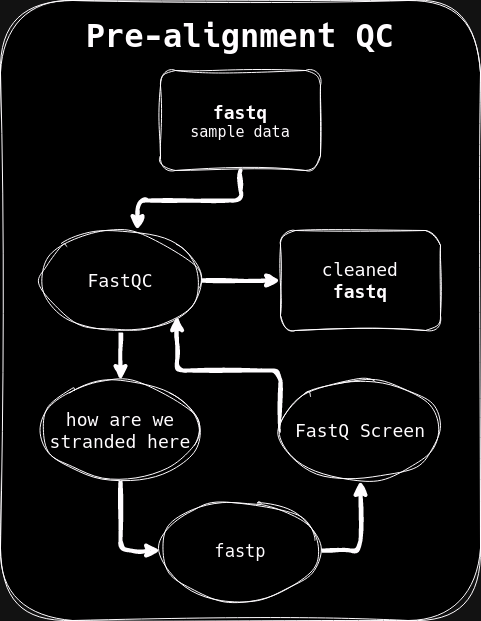
Earlier version of the draw.io export pre_align_qc.png (synanth/draw_io). Source tidied: cells renumbered, new cells last; positions are measured from the earlier drawing's top-left corner, leaving out a move shared by most shapes.
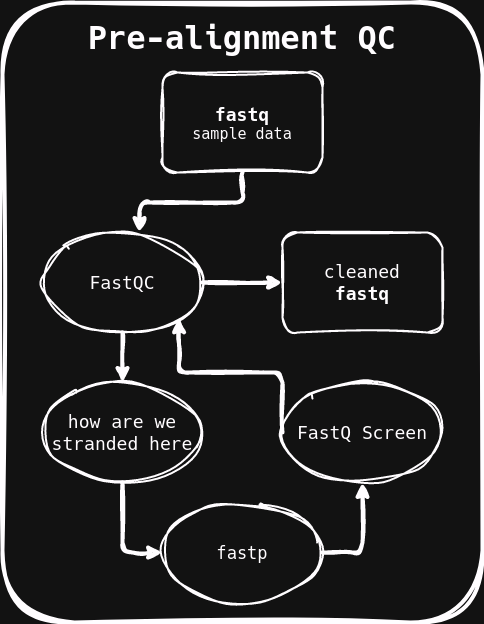
After the change.

What changed in the source:
```diff
@@ -2,10 +2,10 @@
   <root>
     <mxCell id="0" />
     <mxCell id="1" parent="0" />
-    <mxCell id="2" style="rounded=1;whiteSpace=wrap;html=1;sketch=1;hachureGap=4;jiggle=2;curveFitting=1;fontFamily=Architects Daughter;fontSource=https%3A%2F%2Ffonts.googleapis.com%2Fcss%3Ffamily%3DArchitects%2BDaughter;labelPosition=center;verticalLabelPosition=top;align=center;verticalAlign=top;" parent="1" vertex="1">
+    <mxCell id="2" style="rounded=1;whiteSpace=wrap;html=1;sketch=1;hachureGap=4;jiggle=2;curveFitting=1;fontFamily=Architects Daughter;fontSource=https%3A%2F%2Ffonts.googleapis.com%2Fcss%3Ffamily%3DArchitects%2BDaughter;labelPosition=center;verticalLabelPosition=top;align=center;verticalAlign=top;fillColor=none;strokeWidth=4;" parent="1" vertex="1">
       <mxGeometry width="480" height="620" as="geometry" />
     </mxCell>
-    <mxCell id="3" value="&lt;p style=&quot;line-height: 0%;&quot;&gt;&lt;/p&gt;&lt;h2 style=&quot;line-height: 30%;&quot;&gt;&lt;font face=&quot;hack&quot;&gt;fastq&lt;/font&gt;&lt;/h2&gt;&lt;div style=&quot;line-height: 30%; font-size: 15px;&quot;&gt;sample data&lt;br&gt;&lt;/div&gt;&lt;p&gt;&lt;/p&gt;" style="rounded=1;whiteSpace=wrap;html=1;sketch=1;curveFitting=1;jiggle=2;" parent="1" vertex="1">
+    <mxCell id="3" value="&lt;p style=&quot;line-height: 0%;&quot;&gt;&lt;/p&gt;&lt;h2 style=&quot;line-height: 30%;&quot;&gt;&lt;font face=&quot;hack&quot;&gt;fastq&lt;/font&gt;&lt;/h2&gt;&lt;div style=&quot;line-height: 30%; font-size: 15px;&quot;&gt;sample data&lt;br&gt;&lt;/div&gt;&lt;p&gt;&lt;/p&gt;" style="rounded=1;whiteSpace=wrap;html=1;sketch=1;curveFitting=1;jiggle=2;fillColor=none;strokeWidth=2;" parent="1" vertex="1">
       <mxGeometry x="160" y="70" width="160" height="100" as="geometry" />
     </mxCell>
     <mxCell id="4" style="edgeStyle=orthogonalEdgeStyle;rounded=1;sketch=1;hachureGap=4;jiggle=2;curveFitting=1;jettySize=auto;html=1;exitX=0.5;exitY=1;exitDx=0;exitDy=0;entryX=0.5;entryY=0;entryDx=0;entryDy=0;fontFamily=Architects Daughter;fontSource=https%3A%2F%2Ffonts.googleapis.com%2Fcss%3Ffamily%3DArchitects%2BDaughter;strokeWidth=4;" parent="1" edge="1" source="6" target="13">
@@ -14,13 +14,13 @@
     <mxCell id="5" style="edgeStyle=orthogonalEdgeStyle;rounded=1;sketch=1;hachureGap=4;jiggle=2;curveFitting=1;jettySize=auto;html=1;fontFamily=Architects Daughter;fontSource=https%3A%2F%2Ffonts.googleapis.com%2Fcss%3Ffamily%3DArchitects%2BDaughter;strokeWidth=4;" parent="1" edge="1" source="6" target="11">
       <mxGeometry relative="1" as="geometry" />
     </mxCell>
-    <mxCell id="6" value="&lt;h2&gt;&lt;font face=&quot;hack&quot;&gt;&lt;span style=&quot;font-weight: normal;&quot;&gt;FastQC&lt;/span&gt;&lt;/font&gt;&lt;/h2&gt;" style="ellipse;whiteSpace=wrap;html=1;rounded=1;sketch=1;hachureGap=4;jiggle=2;curveFitting=1;fontFamily=Architects Daughter;fontSource=https%3A%2F%2Ffonts.googleapis.com%2Fcss%3Ffamily%3DArchitects%2BDaughter;" parent="1" vertex="1">
+    <mxCell id="6" value="&lt;h2&gt;&lt;font face=&quot;hack&quot;&gt;&lt;span style=&quot;font-weight: normal;&quot;&gt;FastQC&lt;/span&gt;&lt;/font&gt;&lt;/h2&gt;" style="ellipse;whiteSpace=wrap;html=1;rounded=1;sketch=1;hachureGap=4;jiggle=2;curveFitting=1;fontFamily=Architects Daughter;fontSource=https%3A%2F%2Ffonts.googleapis.com%2Fcss%3Ffamily%3DArchitects%2BDaughter;strokeWidth=2;fillColor=none;" parent="1" vertex="1">
       <mxGeometry x="40" y="230" width="160" height="100" as="geometry" />
     </mxCell>
     <mxCell id="7" style="edgeStyle=orthogonalEdgeStyle;rounded=1;sketch=1;hachureGap=4;jiggle=2;curveFitting=1;jettySize=auto;html=1;fontFamily=Architects Daughter;fontSource=https%3A%2F%2Ffonts.googleapis.com%2Fcss%3Ffamily%3DArchitects%2BDaughter;entryX=0.5;entryY=1;entryDx=0;entryDy=0;exitX=1;exitY=0.5;exitDx=0;exitDy=0;strokeWidth=4;" parent="1" edge="1" source="8" target="10">
       <mxGeometry relative="1" as="geometry" />
     </mxCell>
-    <mxCell id="8" value="&lt;font style=&quot;font-size: 17px;&quot; face=&quot;hack&quot;&gt;fastp&lt;/font&gt;" style="ellipse;whiteSpace=wrap;html=1;rounded=1;sketch=1;hachureGap=4;jiggle=2;curveFitting=1;fontFamily=Architects Daughter;fontSource=https%3A%2F%2Ffonts.googleapis.com%2Fcss%3Ffamily%3DArchitects%2BDaughter;" parent="1" vertex="1">
+    <mxCell id="8" value="&lt;font style=&quot;font-size: 17px;&quot; face=&quot;hack&quot;&gt;fastp&lt;/font&gt;" style="ellipse;whiteSpace=wrap;html=1;rounded=1;sketch=1;hachureGap=4;jiggle=2;curveFitting=1;fontFamily=Architects Daughter;fontSource=https%3A%2F%2Ffonts.googleapis.com%2Fcss%3Ffamily%3DArchitects%2BDaughter;strokeWidth=2;fillColor=none;" parent="1" vertex="1">
       <mxGeometry x="160" y="500" width="160" height="100" as="geometry" />
     </mxCell>
     <mxCell id="9" style="edgeStyle=orthogonalEdgeStyle;rounded=1;sketch=1;hachureGap=4;jiggle=2;curveFitting=1;jettySize=auto;html=1;exitX=0;exitY=0.5;exitDx=0;exitDy=0;entryX=1;entryY=1;entryDx=0;entryDy=0;fontFamily=Architects Daughter;fontSource=https%3A%2F%2Ffonts.googleapis.com%2Fcss%3Ffamily%3DArchitects%2BDaughter;strokeWidth=4;" parent="1" edge="1" source="10" target="6">
@@ -31,16 +31,16 @@
         </Array>
       </mxGeometry>
     </mxCell>
-    <mxCell id="10" value="&lt;font style=&quot;font-size: 18px;&quot; face=&quot;hack&quot;&gt;FastQ Screen&lt;/font&gt;" style="ellipse;whiteSpace=wrap;html=1;rounded=1;sketch=1;hachureGap=4;jiggle=2;curveFitting=1;fontFamily=Architects Daughter;fontSource=https%3A%2F%2Ffonts.googleapis.com%2Fcss%3Ffamily%3DArchitects%2BDaughter;" parent="1" vertex="1">
+    <mxCell id="10" value="&lt;font style=&quot;font-size: 18px;&quot; face=&quot;hack&quot;&gt;FastQ Screen&lt;/font&gt;" style="ellipse;whiteSpace=wrap;html=1;rounded=1;sketch=1;hachureGap=4;jiggle=2;curveFitting=1;fontFamily=Architects Daughter;fontSource=https%3A%2F%2Ffonts.googleapis.com%2Fcss%3Ffamily%3DArchitects%2BDaughter;strokeWidth=2;fillColor=none;" parent="1" vertex="1">
       <mxGeometry x="280" y="380" width="160" height="100" as="geometry" />
     </mxCell>
-    <mxCell id="11" value="&lt;div&gt;&lt;font style=&quot;font-size: 18px;&quot;&gt;&lt;font face=&quot;hack&quot;&gt;cleaned&lt;/font&gt;&lt;/font&gt;&lt;/div&gt;&lt;div&gt;&lt;font style=&quot;font-size: 18px;&quot;&gt;&lt;font face=&quot;hack&quot;&gt;&lt;b&gt;fastq&lt;/b&gt;&lt;/font&gt;&lt;/font&gt;&lt;/div&gt;" style="rounded=1;whiteSpace=wrap;html=1;sketch=1;hachureGap=4;jiggle=2;curveFitting=1;fontFamily=Architects Daughter;fontSource=https%3A%2F%2Ffonts.googleapis.com%2Fcss%3Ffamily%3DArchitects%2BDaughter;" parent="1" vertex="1">
+    <mxCell id="11" value="&lt;div&gt;&lt;font style=&quot;font-size: 18px;&quot;&gt;&lt;font face=&quot;hack&quot;&gt;cleaned&lt;/font&gt;&lt;/font&gt;&lt;/div&gt;&lt;div&gt;&lt;font style=&quot;font-size: 18px;&quot;&gt;&lt;font face=&quot;hack&quot;&gt;&lt;b&gt;fastq&lt;/b&gt;&lt;/font&gt;&lt;/font&gt;&lt;/div&gt;" style="rounded=1;whiteSpace=wrap;html=1;sketch=1;hachureGap=4;jiggle=2;curveFitting=1;fontFamily=Architects Daughter;fontSource=https%3A%2F%2Ffonts.googleapis.com%2Fcss%3Ffamily%3DArchitects%2BDaughter;strokeWidth=2;fillColor=none;" parent="1" vertex="1">
       <mxGeometry x="280" y="230" width="160" height="100" as="geometry" />
     </mxCell>
     <mxCell id="12" style="edgeStyle=orthogonalEdgeStyle;rounded=1;sketch=1;hachureGap=4;jiggle=2;curveFitting=1;jettySize=auto;html=1;entryX=0;entryY=0.5;entryDx=0;entryDy=0;fontFamily=Architects Daughter;fontSource=https%3A%2F%2Ffonts.googleapis.com%2Fcss%3Ffamily%3DArchitects%2BDaughter;strokeWidth=4;" parent="1" edge="1" source="13" target="8">
       <mxGeometry relative="1" as="geometry" />
     </mxCell>
-    <mxCell id="13" value="&lt;font style=&quot;font-size: 18px;&quot; face=&quot;hack&quot;&gt;how are we stranded here&lt;/font&gt;" style="ellipse;whiteSpace=wrap;html=1;rounded=1;sketch=1;hachureGap=4;jiggle=2;curveFitting=1;fontFamily=Architects Daughter;fontSource=https%3A%2F%2Ffonts.googleapis.com%2Fcss%3Ffamily%3DArchitects%2BDaughter;" parent="1" vertex="1">
+    <mxCell id="13" value="&lt;font style=&quot;font-size: 18px;&quot; face=&quot;hack&quot;&gt;how are we stranded here&lt;/font&gt;" style="ellipse;whiteSpace=wrap;html=1;rounded=1;sketch=1;hachureGap=4;jiggle=2;curveFitting=1;fontFamily=Architects Daughter;fontSource=https%3A%2F%2Ffonts.googleapis.com%2Fcss%3Ffamily%3DArchitects%2BDaughter;fillColor=none;strokeWidth=2;" parent="1" vertex="1">
       <mxGeometry x="40" y="380" width="160" height="100" as="geometry" />
     </mxCell>
     <mxCell id="14" style="edgeStyle=orthogonalEdgeStyle;rounded=1;sketch=1;hachureGap=4;jiggle=2;curveFitting=1;jettySize=auto;html=1;entryX=0.606;entryY=0;entryDx=0;entryDy=0;entryPerimeter=0;fontFamily=Architects Daughter;fontSource=https%3A%2F%2Ffonts.googleapis.com%2Fcss%3Ffamily%3DArchitects%2BDaughter;strokeWidth=4;" parent="1" edge="1" source="3" target="6">
```
